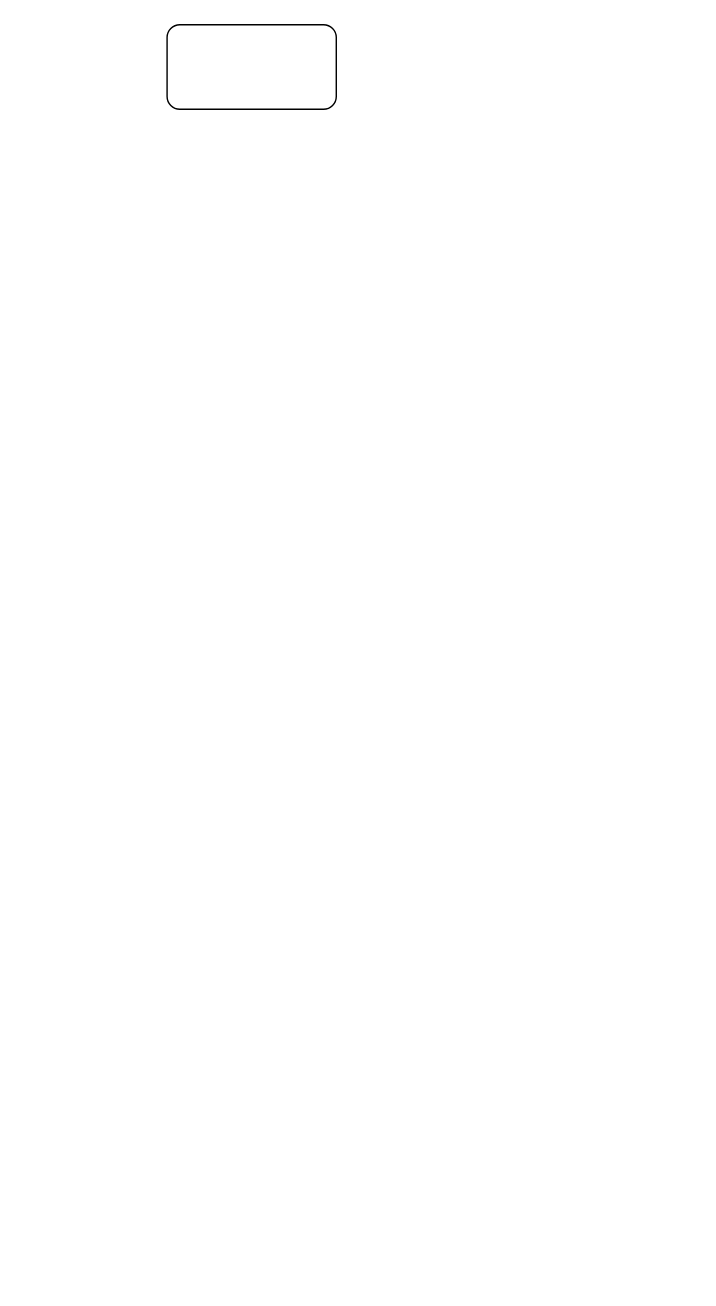
MyLanPangzi/docs keeps this draw.io diagram as images/java-log-collect.drawio. Above is the earlier version. Source tidied: cells renumbered, new cells numbered last; positions are measured from the earlier drawing's top-left corner, leaving out a move shared by most shapes. Both pictures are drawn from the tidied source at 141%, with x=0, y=0 at pixel (166, 24).
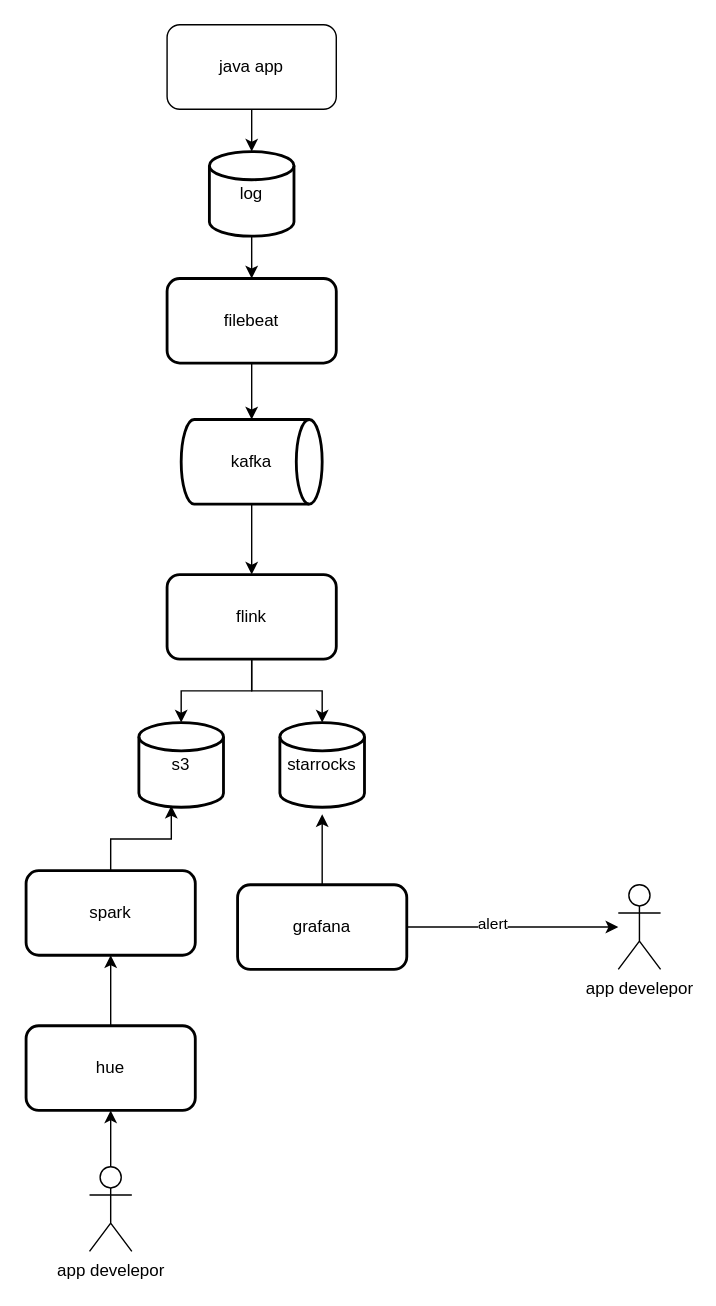
Above is the later version.

What changed in the source:
```diff
@@
-    <mxCell id="2" style="rounded=1;whiteSpace=wrap;html=1;" parent="1" vertex="1">
+    <mxCell id="2" value="java app" style="rounded=1;whiteSpace=wrap;html=1;" parent="1" vertex="1">
       <mxGeometry width="120" height="60" as="geometry" />
     </mxCell>
+    <mxCell id="3" style="edgeStyle=orthogonalEdgeStyle;rounded=0;jettySize=auto;html=1;" parent="1" edge="1" source="4" target="6">
+      <mxGeometry relative="1" as="geometry" />
+    </mxCell>
+    <mxCell id="4" value="log" style="strokeWidth=2;html=1;shape=mxgraph.flowchart.database;whiteSpace=wrap;" parent="1" vertex="1">
+      <mxGeometry x="30" y="90" width="60" height="60" as="geometry" />
+    </mxCell>
+    <mxCell id="5" style="edgeStyle=orthogonalEdgeStyle;rounded=0;jettySize=auto;html=1;exitX=0.5;exitY=1;exitDx=0;exitDy=0;entryX=0.5;entryY=0;entryDx=0;entryDy=0;entryPerimeter=0;" parent="1" edge="1" source="2" target="4">
+      <mxGeometry relative="1" as="geometry" />
+    </mxCell>
+    <mxCell id="6" value="filebeat" style="rounded=1;whiteSpace=wrap;html=1;strokeWidth=2;" parent="1" vertex="1">
+      <mxGeometry y="180" width="120" height="60" as="geometry" />
+    </mxCell>
+    <mxCell id="7" style="edgeStyle=orthogonalEdgeStyle;rounded=0;jettySize=auto;html=1;" parent="1" edge="1" source="8" target="11">
+      <mxGeometry relative="1" as="geometry" />
+    </mxCell>
+    <mxCell id="8" value="kafka" style="strokeWidth=2;html=1;shape=mxgraph.flowchart.direct_data;whiteSpace=wrap;" parent="1" vertex="1">
+      <mxGeometry x="10" y="280" width="100" height="60" as="geometry" />
+    </mxCell>
+    <mxCell id="9" style="edgeStyle=orthogonalEdgeStyle;rounded=0;jettySize=auto;html=1;entryX=0.5;entryY=0;entryDx=0;entryDy=0;entryPerimeter=0;" parent="1" edge="1" source="6" target="8">
+      <mxGeometry relative="1" as="geometry" />
+    </mxCell>
+    <mxCell id="10" style="edgeStyle=orthogonalEdgeStyle;rounded=0;jettySize=auto;html=1;" parent="1" edge="1" source="11" target="12">
+      <mxGeometry relative="1" as="geometry" />
+    </mxCell>
+    <mxCell id="11" value="flink" style="rounded=1;whiteSpace=wrap;html=1;strokeWidth=2;" parent="1" vertex="1">
+      <mxGeometry y="390" width="120" height="60" as="geometry" />
+    </mxCell>
+    <mxCell id="12" value="s3" style="strokeWidth=2;html=1;shape=mxgraph.flowchart.database;whiteSpace=wrap;" parent="1" vertex="1">
+      <mxGeometry x="-20" y="495" width="60" height="60" as="geometry" />
+    </mxCell>
+    <mxCell id="13" value="spark" style="rounded=1;whiteSpace=wrap;html=1;strokeWidth=2;" parent="1" vertex="1">
+      <mxGeometry x="-100" y="600" width="120" height="60" as="geometry" />
+    </mxCell>
+    <mxCell id="14" value="starrocks" style="strokeWidth=2;html=1;shape=mxgraph.flowchart.database;whiteSpace=wrap;" parent="1" vertex="1">
+      <mxGeometry x="80" y="495" width="60" height="60" as="geometry" />
+    </mxCell>
+    <mxCell id="15" style="edgeStyle=orthogonalEdgeStyle;rounded=0;jettySize=auto;html=1;exitX=0.5;exitY=1;exitDx=0;exitDy=0;entryX=0.5;entryY=0;entryDx=0;entryDy=0;entryPerimeter=0;" parent="1" edge="1" source="11" target="14">
+      <mxGeometry relative="1" as="geometry" />
+    </mxCell>
+    <mxCell id="16" style="edgeStyle=orthogonalEdgeStyle;rounded=0;jettySize=auto;html=1;entryX=0.383;entryY=0.983;entryDx=0;entryDy=0;entryPerimeter=0;" parent="1" edge="1" source="13" target="12">
+      <mxGeometry relative="1" as="geometry" />
+    </mxCell>
+    <mxCell id="17" style="edgeStyle=orthogonalEdgeStyle;rounded=0;jettySize=auto;html=1;entryX=0.5;entryY=1;entryDx=0;entryDy=0;" parent="1" edge="1" source="18" target="13">
+      <mxGeometry relative="1" as="geometry" />
+    </mxCell>
+    <mxCell id="18" value="hue" style="rounded=1;whiteSpace=wrap;html=1;strokeWidth=2;" parent="1" vertex="1">
+      <mxGeometry x="-100" y="710" width="120" height="60" as="geometry" />
+    </mxCell>
+    <mxCell id="19" style="edgeStyle=orthogonalEdgeStyle;rounded=0;jettySize=auto;html=1;entryX=0.5;entryY=1;entryDx=0;entryDy=0;" parent="1" edge="1" source="20" target="18">
+      <mxGeometry relative="1" as="geometry" />
+    </mxCell>
+    <mxCell id="20" value="app develepor" style="shape=umlActor;verticalLabelPosition=bottom;verticalAlign=top;html=1;" parent="1" vertex="1">
+      <mxGeometry x="-55" y="810" width="30" height="60" as="geometry" />
+    </mxCell>
+    <mxCell id="21" style="edgeStyle=orthogonalEdgeStyle;rounded=0;jettySize=auto;html=1;" parent="1" edge="1" source="24">
+      <mxGeometry relative="1" as="geometry">
+        <mxPoint x="110" y="560" as="targetPoint" />
+      </mxGeometry>
+    </mxCell>
+    <mxCell id="22" style="edgeStyle=orthogonalEdgeStyle;rounded=0;jettySize=auto;html=1;" parent="1" edge="1" source="24" target="25">
+      <mxGeometry relative="1" as="geometry" />
+    </mxCell>
+    <mxCell id="23" value="alert" style="edgeLabel;html=1;align=center;verticalAlign=middle;" parent="22" vertex="1">
+      <mxGeometry x="-0.2" y="3" relative="1" as="geometry" />
+    </mxCell>
+    <mxCell id="24" value="grafana" style="rounded=1;whiteSpace=wrap;html=1;strokeWidth=2;" parent="1" vertex="1">
+      <mxGeometry x="50" y="610" width="120" height="60" as="geometry" />
+    </mxCell>
+    <mxCell id="25" value="app develepor" style="shape=umlActor;verticalLabelPosition=bottom;verticalAlign=top;html=1;" parent="1" vertex="1">
+      <mxGeometry x="320" y="610" width="30" height="60" as="geometry" />
+    </mxCell>
```
